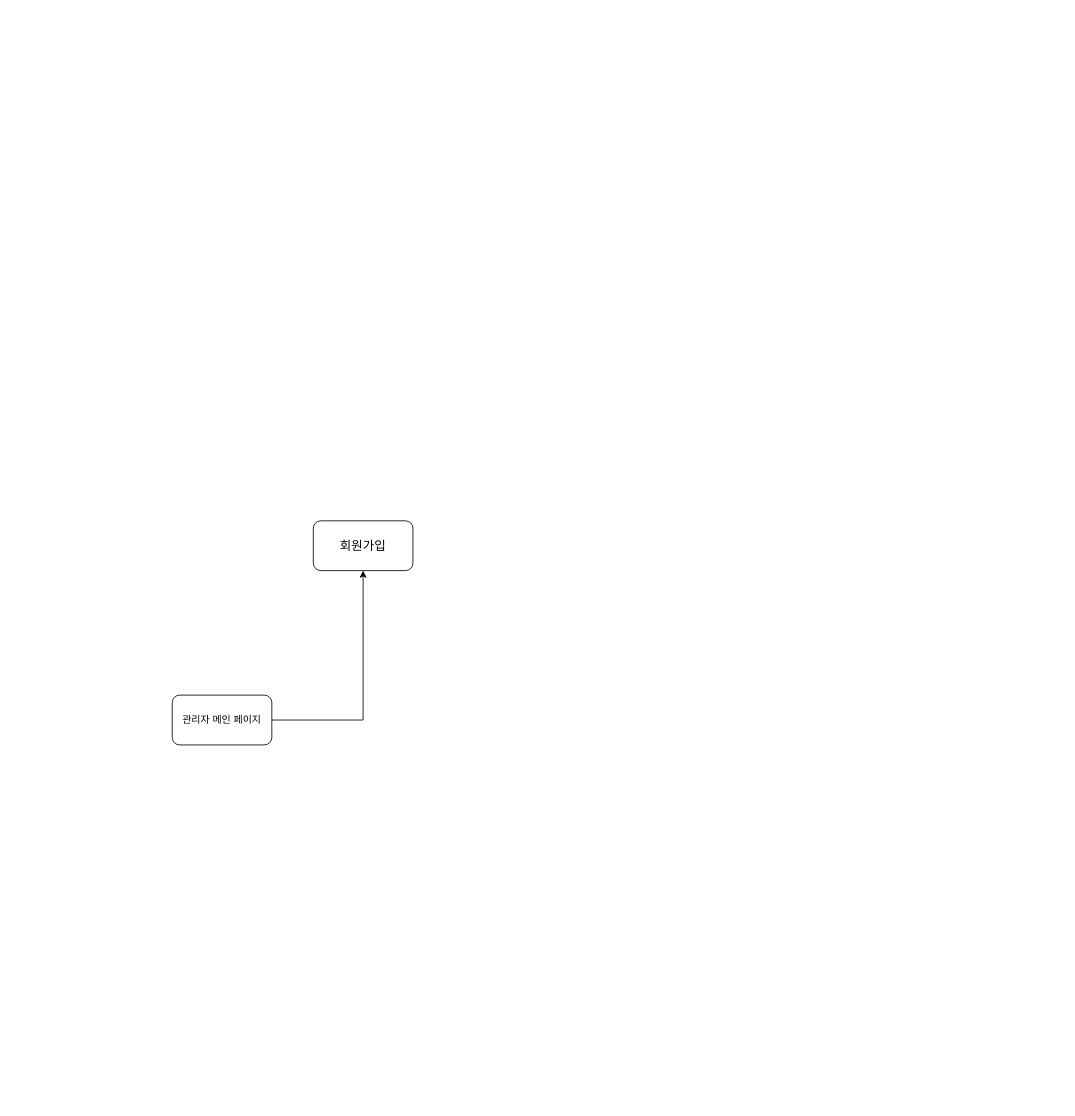
This is Untitled Diagram.drawio from whddms4321/SemiProject, a draw.io file, before an edit. Source tidied: cells renumbered, new cells numbered last; positions are measured from the earlier drawing's top-left corner, leaving out a move shared by most shapes. Both pictures are drawn from the tidied source at 83%, with x=0, y=0 at pixel (172, 520).
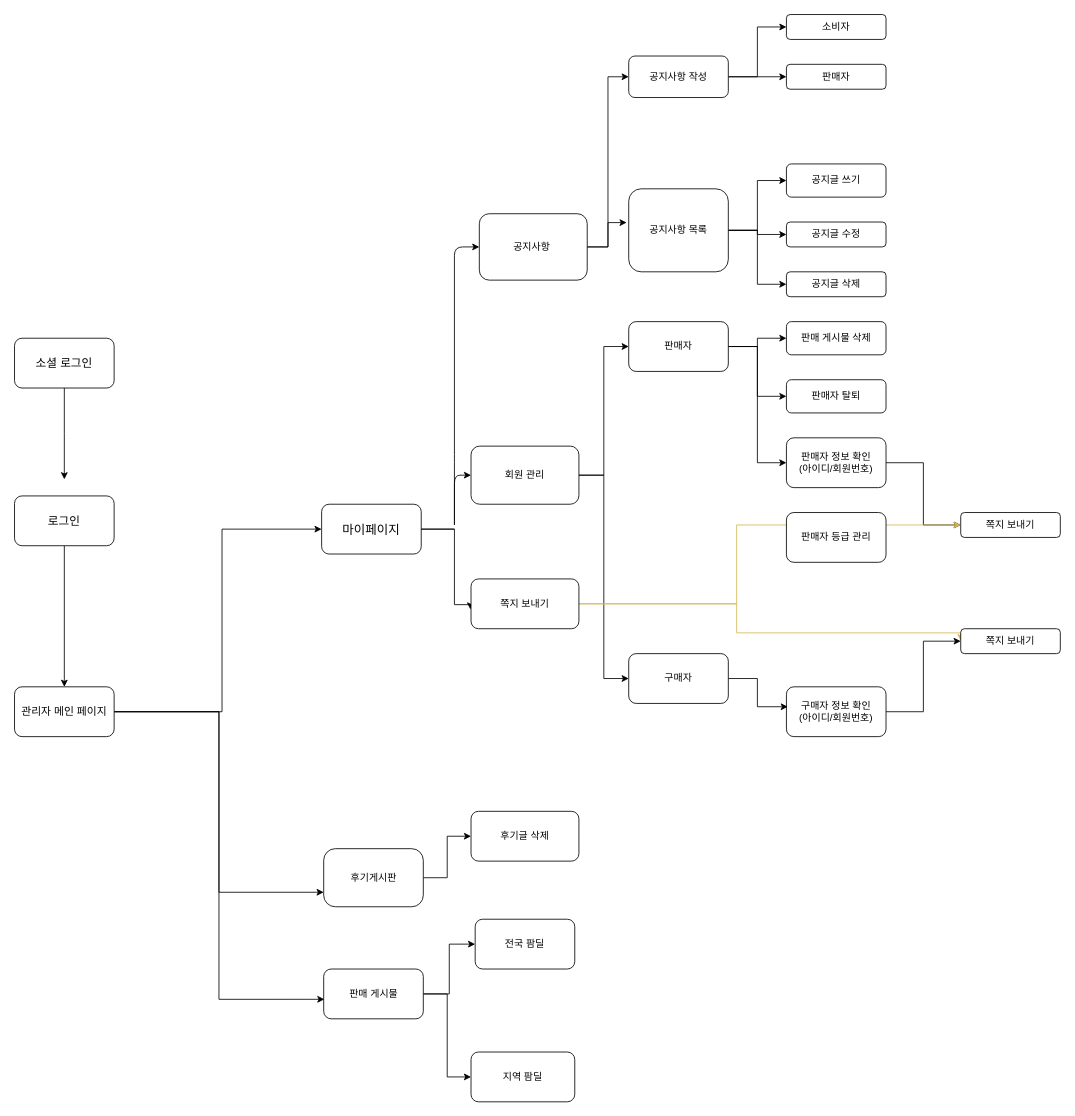
After the change.

The edit, as a diff of the source:
```diff
@@
-    <mxCell id="2" style="edgeStyle=orthogonalEdgeStyle;rounded=0;jettySize=auto;html=1;exitX=1;exitY=0.5;exitDx=0;exitDy=0;entryX=0.5;entryY=1;entryDx=0;entryDy=0;" parent="1" edge="1" source="3" target="4">
-      <mxGeometry relative="1" as="geometry" />
+    <mxCell id="2" style="edgeStyle=orthogonalEdgeStyle;rounded=0;jettySize=auto;html=1;exitX=1;exitY=0.5;exitDx=0;exitDy=0;" parent="1" edge="1" source="3" target="4">
+      <mxGeometry relative="1" as="geometry">
+        <Array as="points">
+          <mxPoint x="60" y="230" />
+          <mxPoint x="60" y="10" />
+        </Array>
+      </mxGeometry>
     </mxCell>
+    <mxCell id="5" style="edgeStyle=orthogonalEdgeStyle;rounded=0;jettySize=auto;html=1;entryX=0;entryY=0.75;entryDx=0;entryDy=0;" parent="1" edge="1" source="3" target="9">
+      <mxGeometry relative="1" as="geometry" />
+    </mxCell>
+    <mxCell id="6" style="edgeStyle=orthogonalEdgeStyle;rounded=0;jettySize=auto;html=1;entryX=0.007;entryY=0.608;entryDx=0;entryDy=0;entryPerimeter=0;" parent="1" edge="1" source="3" target="43">
+      <mxGeometry relative="1" as="geometry" />
+    </mxCell>
-    <mxCell id="3" value="관리자 메인 페이지" style="rounded=1;whiteSpace=wrap;html=1;" parent="1" vertex="1">
-      <mxGeometry y="210" width="120" height="60" as="geometry" />
+    <mxCell id="3" value="&lt;font style=&quot;font-size: 13px&quot;&gt;관리자 메인 페이지&lt;/font&gt;" style="rounded=1;whiteSpace=wrap;html=1;" parent="1" vertex="1">
+      <mxGeometry x="-190" y="200" width="120" height="60" as="geometry" />
     </mxCell>
+    <mxCell id="7" style="edgeStyle=orthogonalEdgeStyle;rounded=0;jettySize=auto;html=1;entryX=-0.006;entryY=0.613;entryDx=0;entryDy=0;entryPerimeter=0;" parent="1" edge="1" source="4" target="37">
+      <mxGeometry relative="1" as="geometry">
+        <Array as="points">
+          <mxPoint x="340" y="10" />
+          <mxPoint x="340" y="101" />
+        </Array>
+      </mxGeometry>
+    </mxCell>
-    <mxCell id="4" value="&lt;font style=&quot;font-size: 15px&quot;&gt;회원가입&lt;/font&gt;" style="rounded=1;whiteSpace=wrap;html=1;" parent="1" vertex="1">
-      <mxGeometry x="170" width="120" height="60" as="geometry" />
+    <mxCell id="4" value="&lt;span style=&quot;font-size: 15px&quot;&gt;마이페이지&lt;br&gt;&lt;/span&gt;" style="rounded=1;whiteSpace=wrap;html=1;" parent="1" vertex="1">
+      <mxGeometry x="180" y="-20" width="120" height="60" as="geometry" />
     </mxCell>
+    <mxCell id="8" style="edgeStyle=orthogonalEdgeStyle;rounded=0;jettySize=auto;html=1;entryX=0;entryY=0.5;entryDx=0;entryDy=0;" parent="1" edge="1" source="9" target="31">
+      <mxGeometry relative="1" as="geometry" />
+    </mxCell>
+    <mxCell id="9" value="후기게시판" style="rounded=1;whiteSpace=wrap;html=1;arcSize=20;" parent="1" vertex="1">
+      <mxGeometry x="182.5" y="395" width="120" height="70" as="geometry" />
+    </mxCell>
+    <mxCell id="10" style="edgeStyle=orthogonalEdgeStyle;rounded=0;jettySize=auto;html=1;entryX=0;entryY=0.5;entryDx=0;entryDy=0;" parent="1" edge="1" source="12" target="22">
+      <mxGeometry relative="1" as="geometry" />
+    </mxCell>
+    <mxCell id="11" style="edgeStyle=orthogonalEdgeStyle;rounded=0;jettySize=auto;html=1;entryX=-0.021;entryY=0.407;entryDx=0;entryDy=0;entryPerimeter=0;" parent="1" edge="1" source="12" target="26">
+      <mxGeometry relative="1" as="geometry" />
+    </mxCell>
+    <mxCell id="12" value="공지사항&amp;nbsp;" style="rounded=1;whiteSpace=wrap;html=1;" parent="1" vertex="1">
+      <mxGeometry x="370" y="-370" width="130" height="80" as="geometry" />
+    </mxCell>
+    <mxCell id="13" style="edgeStyle=orthogonalEdgeStyle;rounded=0;jettySize=auto;html=1;entryX=0;entryY=0.5;entryDx=0;entryDy=0;" parent="1" edge="1" source="15" target="49">
+      <mxGeometry relative="1" as="geometry" />
+    </mxCell>
+    <mxCell id="14" style="edgeStyle=orthogonalEdgeStyle;rounded=0;jettySize=auto;html=1;entryX=0;entryY=0.5;entryDx=0;entryDy=0;" parent="1" edge="1" source="15" target="51">
+      <mxGeometry relative="1" as="geometry" />
+    </mxCell>
+    <mxCell id="15" value="회원 관리" style="rounded=1;whiteSpace=wrap;html=1;" parent="1" vertex="1">
+      <mxGeometry x="360" y="-90" width="130" height="70" as="geometry" />
+    </mxCell>
+    <mxCell id="16" style="endArrow=none;html=1;exitX=1;exitY=0.5;exitDx=0;exitDy=0;" parent="1" edge="1" source="4">
+      <mxGeometry relative="1" as="geometry">
+        <mxPoint x="340" y="10" as="targetPoint" />
+      </mxGeometry>
+    </mxCell>
+    <mxCell id="17" style="endArrow=classic;startArrow=classic;html=1;entryX=0;entryY=0.5;entryDx=0;entryDy=0;exitX=0;exitY=0.5;exitDx=0;exitDy=0;" parent="1" edge="1" source="15" target="12">
+      <mxGeometry relative="1" as="geometry">
+        <Array as="points">
+          <mxPoint x="340" y="-55" />
+          <mxPoint x="340" y="10" />
+          <mxPoint x="340" y="-70" />
+          <mxPoint x="340" y="-330" />
+        </Array>
+      </mxGeometry>
+    </mxCell>
+    <mxCell id="18" value="판매 게시물 삭제" style="rounded=1;whiteSpace=wrap;html=1;" parent="1" vertex="1">
+      <mxGeometry x="740" y="-240" width="120" height="40" as="geometry" />
+    </mxCell>
+    <mxCell id="19" value="판매자 탈퇴" style="rounded=1;whiteSpace=wrap;html=1;" parent="1" vertex="1">
+      <mxGeometry x="740" y="-170" width="120" height="40" as="geometry" />
+    </mxCell>
+    <mxCell id="20" style="edgeStyle=orthogonalEdgeStyle;rounded=0;jettySize=auto;html=1;entryX=0;entryY=0.5;entryDx=0;entryDy=0;" parent="1" edge="1" source="22" target="29">
+      <mxGeometry relative="1" as="geometry" />
+    </mxCell>
+    <mxCell id="21" style="edgeStyle=orthogonalEdgeStyle;rounded=0;jettySize=auto;html=1;entryX=0;entryY=0.5;entryDx=0;entryDy=0;" parent="1" edge="1" source="22" target="30">
+      <mxGeometry relative="1" as="geometry" />
+    </mxCell>
+    <mxCell id="22" value="공지사항 작성" style="rounded=1;whiteSpace=wrap;html=1;" parent="1" vertex="1">
+      <mxGeometry x="550" y="-560" width="120" height="50" as="geometry" />
+    </mxCell>
+    <mxCell id="23" style="edgeStyle=orthogonalEdgeStyle;rounded=0;jettySize=auto;html=1;entryX=0;entryY=0.5;entryDx=0;entryDy=0;" parent="1" edge="1" source="26" target="27">
+      <mxGeometry relative="1" as="geometry" />
+    </mxCell>
+    <mxCell id="24" style="edgeStyle=orthogonalEdgeStyle;rounded=0;jettySize=auto;html=1;entryX=0;entryY=0.5;entryDx=0;entryDy=0;" parent="1" edge="1" source="26" target="28">
+      <mxGeometry relative="1" as="geometry" />
+    </mxCell>
+    <mxCell id="25" style="edgeStyle=orthogonalEdgeStyle;rounded=0;jettySize=auto;html=1;" parent="1" edge="1" source="26" target="44">
+      <mxGeometry relative="1" as="geometry" />
+    </mxCell>
+    <mxCell id="26" value="공지사항 목록" style="rounded=1;whiteSpace=wrap;html=1;" parent="1" vertex="1">
+      <mxGeometry x="550" y="-400" width="120" height="100" as="geometry" />
+    </mxCell>
+    <mxCell id="27" value="공지글 쓰기" style="rounded=1;whiteSpace=wrap;html=1;" parent="1" vertex="1">
+      <mxGeometry x="740" y="-430" width="120" height="40" as="geometry" />
+    </mxCell>
+    <mxCell id="28" value="공지글 삭제" style="rounded=1;whiteSpace=wrap;html=1;" parent="1" vertex="1">
+      <mxGeometry x="740" y="-300" width="120" height="30" as="geometry" />
+    </mxCell>
+    <mxCell id="29" value="소비자" style="rounded=1;whiteSpace=wrap;html=1;" parent="1" vertex="1">
+      <mxGeometry x="740" y="-610" width="120" height="30" as="geometry" />
+    </mxCell>
+    <mxCell id="30" value="판매자" style="rounded=1;whiteSpace=wrap;html=1;" parent="1" vertex="1">
+      <mxGeometry x="740" y="-550" width="120" height="30" as="geometry" />
+    </mxCell>
+    <mxCell id="31" value="후기글 삭제" style="rounded=1;whiteSpace=wrap;html=1;" parent="1" vertex="1">
+      <mxGeometry x="360" y="350" width="130" height="60" as="geometry" />
+    </mxCell>
+    <mxCell id="32" style="edgeStyle=orthogonalEdgeStyle;rounded=0;jettySize=auto;html=1;entryX=0;entryY=0.5;entryDx=0;entryDy=0;" parent="1" edge="1" source="33" target="34">
+      <mxGeometry relative="1" as="geometry" />
+    </mxCell>
+    <mxCell id="33" value="판매자 정보 확인&lt;br&gt;(아이디/회원번호)" style="rounded=1;whiteSpace=wrap;html=1;" parent="1" vertex="1">
+      <mxGeometry x="740" y="-100" width="120" height="60" as="geometry" />
+    </mxCell>
+    <mxCell id="34" value="쪽지 보내기" style="rounded=1;whiteSpace=wrap;html=1;" parent="1" vertex="1">
+      <mxGeometry x="950" y="-10" width="120" height="30" as="geometry" />
+    </mxCell>
+    <mxCell id="35" style="edgeStyle=orthogonalEdgeStyle;rounded=0;jettySize=auto;html=1;entryX=0;entryY=0.5;entryDx=0;entryDy=0;fillColor=#fff2cc;strokeColor=#d6b656;exitX=1;exitY=0.5;exitDx=0;exitDy=0;" parent="1" edge="1" source="37" target="34">
+      <mxGeometry relative="1" as="geometry">
+        <Array as="points">
+          <mxPoint x="680" y="100" />
+          <mxPoint x="680" y="5" />
+        </Array>
+      </mxGeometry>
+    </mxCell>
+    <mxCell id="36" style="edgeStyle=orthogonalEdgeStyle;rounded=0;jettySize=auto;html=1;entryX=0;entryY=0.5;entryDx=0;entryDy=0;fillColor=#fff2cc;strokeColor=#d6b656;" parent="1" edge="1" source="37" target="40">
+      <mxGeometry relative="1" as="geometry">
+        <Array as="points">
+          <mxPoint x="680" y="100" />
+          <mxPoint x="680" y="135" />
+        </Array>
+      </mxGeometry>
+    </mxCell>
+    <mxCell id="37" value="쪽지 보내기" style="rounded=1;whiteSpace=wrap;html=1;" parent="1" vertex="1">
+      <mxGeometry x="360" y="70" width="130" height="60" as="geometry" />
+    </mxCell>
+    <mxCell id="38" style="edgeStyle=orthogonalEdgeStyle;rounded=0;jettySize=auto;html=1;entryX=0;entryY=0.5;entryDx=0;entryDy=0;" parent="1" edge="1" source="39" target="40">
+      <mxGeometry relative="1" as="geometry" />
+    </mxCell>
+    <mxCell id="39" value="구매자 정보 확인&lt;br&gt;(아이디/회원번호)" style="rounded=1;whiteSpace=wrap;html=1;" parent="1" vertex="1">
+      <mxGeometry x="740" y="200" width="120" height="60" as="geometry" />
+    </mxCell>
+    <mxCell id="40" value="쪽지 보내기&lt;br&gt;" style="rounded=1;whiteSpace=wrap;html=1;" parent="1" vertex="1">
+      <mxGeometry x="950" y="130" width="120" height="30" as="geometry" />
+    </mxCell>
+    <mxCell id="41" style="edgeStyle=orthogonalEdgeStyle;rounded=0;jettySize=auto;html=1;entryX=0;entryY=0.5;entryDx=0;entryDy=0;" parent="1" edge="1" source="43" target="57">
+      <mxGeometry relative="1" as="geometry" />
+    </mxCell>
+    <mxCell id="42" style="edgeStyle=orthogonalEdgeStyle;rounded=0;jettySize=auto;html=1;entryX=0;entryY=0.5;entryDx=0;entryDy=0;" parent="1" edge="1" source="43" target="45">
+      <mxGeometry relative="1" as="geometry" />
+    </mxCell>
+    <mxCell id="43" value="판매 게시물" style="rounded=1;whiteSpace=wrap;html=1;" parent="1" vertex="1">
+      <mxGeometry x="182.5" y="540" width="120" height="60" as="geometry" />
+    </mxCell>
+    <mxCell id="44" value="공지글 수정" style="rounded=1;whiteSpace=wrap;html=1;" parent="1" vertex="1">
+      <mxGeometry x="740" y="-360" width="120" height="30" as="geometry" />
+    </mxCell>
+    <mxCell id="45" value="지역 팜딜" style="rounded=1;whiteSpace=wrap;html=1;" parent="1" vertex="1">
+      <mxGeometry x="360" y="640" width="125" height="60" as="geometry" />
+    </mxCell>
+    <mxCell id="46" style="edgeStyle=orthogonalEdgeStyle;rounded=0;jettySize=auto;html=1;entryX=0;entryY=0.5;entryDx=0;entryDy=0;" parent="1" edge="1" source="49" target="18">
+      <mxGeometry relative="1" as="geometry" />
+    </mxCell>
+    <mxCell id="47" style="edgeStyle=orthogonalEdgeStyle;rounded=0;jettySize=auto;html=1;entryX=0;entryY=0.5;entryDx=0;entryDy=0;" parent="1" edge="1" source="49" target="19">
+      <mxGeometry relative="1" as="geometry" />
+    </mxCell>
+    <mxCell id="48" style="edgeStyle=orthogonalEdgeStyle;rounded=0;jettySize=auto;html=1;entryX=0;entryY=0.5;entryDx=0;entryDy=0;" parent="1" edge="1" source="49" target="33">
+      <mxGeometry relative="1" as="geometry" />
+    </mxCell>
+    <mxCell id="49" value="판매자" style="rounded=1;whiteSpace=wrap;html=1;" parent="1" vertex="1">
+      <mxGeometry x="550" y="-240" width="120" height="60" as="geometry" />
+    </mxCell>
+    <mxCell id="50" style="edgeStyle=orthogonalEdgeStyle;rounded=0;jettySize=auto;html=1;entryX=0.014;entryY=0.4;entryDx=0;entryDy=0;entryPerimeter=0;" parent="1" edge="1" source="51" target="39">
+      <mxGeometry relative="1" as="geometry" />
+    </mxCell>
+    <mxCell id="51" value="구매자" style="rounded=1;whiteSpace=wrap;html=1;" parent="1" vertex="1">
+      <mxGeometry x="550" y="160" width="120" height="60" as="geometry" />
+    </mxCell>
+    <mxCell id="52" value="판매자 등급 관리" style="rounded=1;whiteSpace=wrap;html=1;" parent="1" vertex="1">
+      <mxGeometry x="740" y="-10" width="120" height="60" as="geometry" />
+    </mxCell>
+    <mxCell id="53" style="edgeStyle=orthogonalEdgeStyle;rounded=0;jettySize=auto;html=1;entryX=0.5;entryY=0;entryDx=0;entryDy=0;" parent="1" edge="1" source="54" target="3">
+      <mxGeometry relative="1" as="geometry" />
+    </mxCell>
+    <mxCell id="54" value="&lt;font style=&quot;font-size: 14px&quot;&gt;로그인&lt;/font&gt;" style="rounded=1;whiteSpace=wrap;html=1;" parent="1" vertex="1">
+      <mxGeometry x="-190" y="-30" width="120" height="60" as="geometry" />
+    </mxCell>
+    <mxCell id="55" style="edgeStyle=orthogonalEdgeStyle;rounded=0;jettySize=auto;html=1;" parent="1" edge="1" source="56">
+      <mxGeometry relative="1" as="geometry">
+        <mxPoint x="-130" y="-50" as="targetPoint" />
+      </mxGeometry>
+    </mxCell>
+    <mxCell id="56" value="&lt;font style=&quot;font-size: 14px&quot;&gt;소셜 로그인&lt;/font&gt;" style="rounded=1;whiteSpace=wrap;html=1;" parent="1" vertex="1">
+      <mxGeometry x="-190" y="-220" width="120" height="60" as="geometry" />
+    </mxCell>
+    <mxCell id="57" value="전국 팜딜" style="rounded=1;whiteSpace=wrap;html=1;" parent="1" vertex="1">
+      <mxGeometry x="365" y="480" width="120" height="60" as="geometry" />
+    </mxCell>
```
